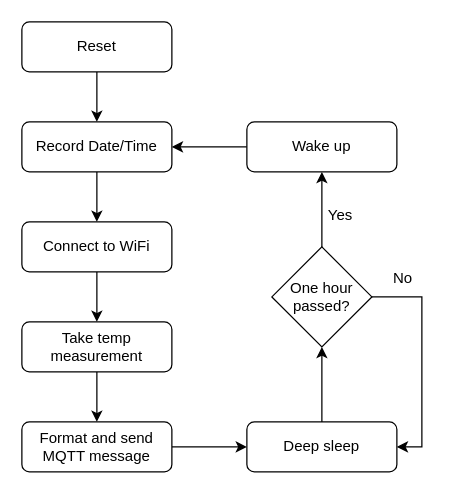
The draw.io diagram diagrams/program_flow_diagram.drawio in tufts-embeddedsystems/Bumbling-Bees, before the edit. Source tidied: cells renumbered, new cells numbered last; positions are measured from the earlier drawing's top-left corner, leaving out a move shared by most shapes. Both pictures are drawn from the tidied source at 125%, with x=0, y=0 at pixel (21, 21).
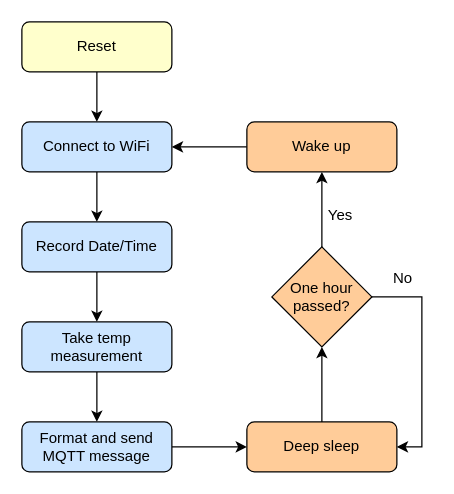
After the change.

Change to the diagram source:
```diff
@@
-    <mxCell id="2" style="edgeStyle=orthogonalEdgeStyle;rounded=0;jettySize=auto;html=1;entryX=0.5;entryY=0;entryDx=0;entryDy=0;" parent="1" edge="1" source="3" target="5">
-      <mxGeometry relative="1" as="geometry" />
-    </mxCell>
+    <mxCell id="21" style="edgeStyle=orthogonalEdgeStyle;rounded=0;jettySize=auto;html=1;" parent="1" edge="1" source="3" target="7">
+      <mxGeometry relative="1" as="geometry" />
+    </mxCell>
-    <mxCell id="3" value="Reset" style="rounded=1;whiteSpace=wrap;html=1;fontSize=12;glass=0;strokeWidth=1;shadow=0;" parent="1" vertex="1">
+    <mxCell id="3" value="Reset" style="rounded=1;whiteSpace=wrap;html=1;fontSize=12;glass=0;strokeWidth=1;shadow=0;fillColor=#FFFFCC;" parent="1" vertex="1">
       <mxGeometry width="120" height="40" as="geometry" />
     </mxCell>
-    <mxCell id="4" style="edgeStyle=orthogonalEdgeStyle;rounded=0;jettySize=auto;html=1;" parent="1" edge="1" source="5" target="7">
-      <mxGeometry relative="1" as="geometry" />
-    </mxCell>
+    <mxCell id="22" style="edgeStyle=orthogonalEdgeStyle;rounded=0;jettySize=auto;html=1;" parent="1" edge="1" source="5" target="9">
+      <mxGeometry relative="1" as="geometry" />
+    </mxCell>
-    <mxCell id="5" value="Record Date/Time" style="rounded=1;whiteSpace=wrap;html=1;fontSize=12;glass=0;strokeWidth=1;shadow=0;" parent="1" vertex="1">
-      <mxGeometry y="80" width="120" height="40" as="geometry" />
+    <mxCell id="5" value="Record Date/Time" style="rounded=1;whiteSpace=wrap;html=1;fontSize=12;glass=0;strokeWidth=1;shadow=0;fillColor=#CCE5FF;" parent="1" vertex="1">
+      <mxGeometry y="160" width="120" height="40" as="geometry" />
     </mxCell>
-    <mxCell id="6" style="edgeStyle=orthogonalEdgeStyle;rounded=0;jettySize=auto;html=1;entryX=0.5;entryY=0;entryDx=0;entryDy=0;" parent="1" edge="1" source="7" target="9">
-      <mxGeometry relative="1" as="geometry" />
-    </mxCell>
+    <mxCell id="23" style="edgeStyle=orthogonalEdgeStyle;rounded=0;jettySize=auto;html=1;" parent="1" edge="1" source="7" target="5">
+      <mxGeometry relative="1" as="geometry" />
+    </mxCell>
-    <mxCell id="7" value="Connect to WiFi" style="rounded=1;whiteSpace=wrap;html=1;fontSize=12;glass=0;strokeWidth=1;shadow=0;" parent="1" vertex="1">
-      <mxGeometry y="160" width="120" height="40" as="geometry" />
+    <mxCell id="7" value="Connect to WiFi" style="rounded=1;whiteSpace=wrap;html=1;fontSize=12;glass=0;strokeWidth=1;shadow=0;fillColor=#CCE5FF;" parent="1" vertex="1">
+      <mxGeometry y="80" width="120" height="40" as="geometry" />
     </mxCell>
@@
-    <mxCell id="9" value="Take temp measurement" style="rounded=1;whiteSpace=wrap;html=1;fontSize=12;glass=0;strokeWidth=1;shadow=0;" parent="1" vertex="1">
+    <mxCell id="9" value="Take temp measurement" style="rounded=1;whiteSpace=wrap;html=1;fontSize=12;glass=0;strokeWidth=1;shadow=0;fillColor=#CCE5FF;" parent="1" vertex="1">
       <mxGeometry y="240" width="120" height="40" as="geometry" />
     </mxCell>
@@
-    <mxCell id="11" value="Format and send MQTT message" style="rounded=1;whiteSpace=wrap;html=1;fontSize=12;glass=0;strokeWidth=1;shadow=0;" parent="1" vertex="1">
+    <mxCell id="11" value="Format and send MQTT message" style="rounded=1;whiteSpace=wrap;html=1;fontSize=12;glass=0;strokeWidth=1;shadow=0;fillColor=#CCE5FF;" parent="1" vertex="1">
       <mxGeometry y="320" width="120" height="40" as="geometry" />
     </mxCell>
@@
-    <mxCell id="13" value="Deep sleep" style="rounded=1;whiteSpace=wrap;html=1;fontSize=12;glass=0;strokeWidth=1;shadow=0;" parent="1" vertex="1">
+    <mxCell id="13" value="Deep sleep" style="rounded=1;whiteSpace=wrap;html=1;fontSize=12;glass=0;strokeWidth=1;shadow=0;fillColor=#FFCC99;" parent="1" vertex="1">
       <mxGeometry x="180" y="320" width="120" height="40" as="geometry" />
     </mxCell>
@@
-    <mxCell id="16" value="One hour passed?" style="rhombus;whiteSpace=wrap;html=1;" parent="1" vertex="1">
+    <mxCell id="16" value="One hour passed?" style="rhombus;whiteSpace=wrap;html=1;fillColor=#FFCC99;" parent="1" vertex="1">
       <mxGeometry x="200" y="180" width="80" height="80" as="geometry" />
     </mxCell>
@@
-    <mxCell id="19" style="edgeStyle=orthogonalEdgeStyle;rounded=0;jettySize=auto;html=1;entryX=1;entryY=0.5;entryDx=0;entryDy=0;" parent="1" edge="1" source="20" target="5">
-      <mxGeometry relative="1" as="geometry" />
-    </mxCell>
+    <mxCell id="24" style="edgeStyle=orthogonalEdgeStyle;rounded=0;jettySize=auto;html=1;entryX=1;entryY=0.5;entryDx=0;entryDy=0;" parent="1" edge="1" source="20" target="7">
+      <mxGeometry relative="1" as="geometry" />
+    </mxCell>
-    <mxCell id="20" value="Wake up" style="rounded=1;whiteSpace=wrap;html=1;fontSize=12;glass=0;strokeWidth=1;shadow=0;" parent="1" vertex="1">
+    <mxCell id="20" value="Wake up" style="rounded=1;whiteSpace=wrap;html=1;fontSize=12;glass=0;strokeWidth=1;shadow=0;fillColor=#FFCC99;" parent="1" vertex="1">
       <mxGeometry x="180" y="80" width="120" height="40" as="geometry" />
     </mxCell>
```
